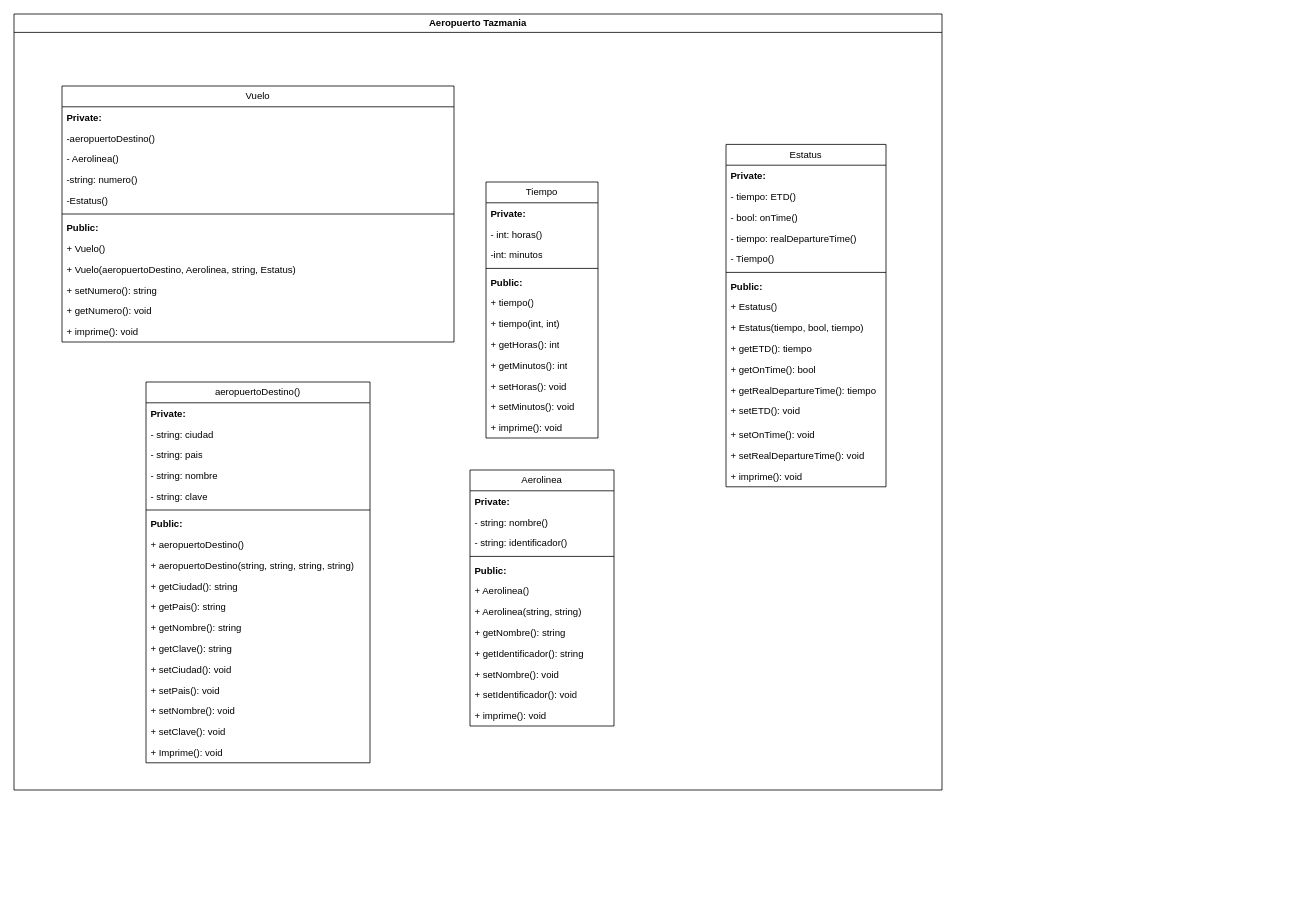
Earlier version of the draw.io diagram UML.drawio (Javierlcastillo/UML-airport). Source tidied: cells renumbered, new cells numbered last; positions are measured from the earlier drawing's top-left corner, leaving out a move shared by most shapes. Both pictures are drawn from the tidied source at 80%, with x=0, y=0 at pixel (14, 14).
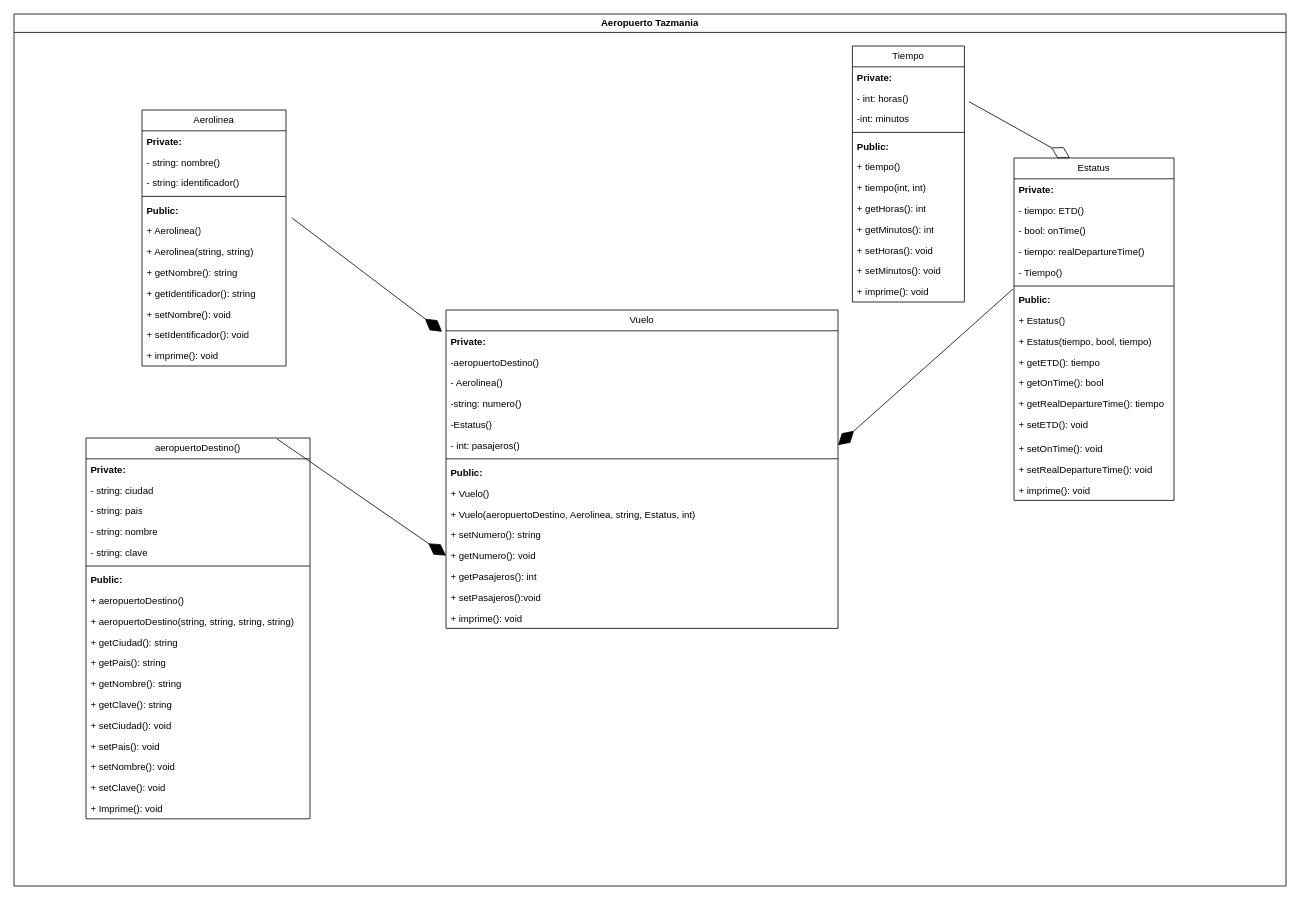
Above is the later version.

The change refers to these unchanged cells:
```xml
<mxCell id="4" value="&lt;b&gt;Private:&amp;nbsp;&lt;/b&gt;" style="text;strokeColor=none;fillColor=none;align=left;verticalAlign=top;spacingLeft=4;spacingRight=4;overflow=hidden;points=[[0,0.5],[1,0.5]];portConstraint=eastwest;whiteSpace=wrap;html=1;" parent="3" vertex="1">
  <mxGeometry y="26" width="490" height="26" as="geometry" />
</mxCell>
<mxCell id="19" value="-int: minutos" style="text;strokeColor=none;fillColor=none;align=left;verticalAlign=top;spacingLeft=4;spacingRight=4;overflow=hidden;points=[[0,0.5],[1,0.5]];portConstraint=eastwest;whiteSpace=wrap;html=1;" parent="16" vertex="1">
  <mxGeometry y="78" width="140" height="26" as="geometry" />
</mxCell>
<mxCell id="55" value="Public:" style="text;strokeColor=none;fillColor=none;align=left;verticalAlign=top;spacingLeft=4;spacingRight=4;overflow=hidden;points=[[0,0.5],[1,0.5]];portConstraint=eastwest;whiteSpace=wrap;html=1;fontStyle=1;" parent="48" vertex="1">
  <mxGeometry y="164" width="200" height="26" as="geometry" />
</mxCell>
<mxCell id="71" value="+ Aerolinea()" style="text;strokeColor=none;fillColor=none;align=left;verticalAlign=top;spacingLeft=4;spacingRight=4;overflow=hidden;points=[[0,0.5],[1,0.5]];portConstraint=eastwest;whiteSpace=wrap;html=1;" parent="65" vertex="1">
  <mxGeometry y="138" width="180" height="26" as="geometry" />
</mxCell>
```

The edit, as a diff of the source:
```diff
@@
     <mxCell id="2" value="Aeropuerto Tazmania" style="swimlane;whiteSpace=wrap;html=1;" parent="1" vertex="1">
-      <mxGeometry width="1160" height="970" as="geometry" />
+      <mxGeometry width="1590" height="1090" as="geometry" />
     </mxCell>
     <mxCell id="3" value="Vuelo" style="swimlane;fontStyle=0;horizontal=1;startSize=26;fillColor=none;whiteSpace=wrap;html=1;" parent="2" vertex="1">
-      <mxGeometry x="60" y="90" width="490" height="320" as="geometry" />
+      <mxGeometry x="540" y="370" width="490" height="398" as="geometry" />
     </mxCell>
@@
+    <mxCell id="78" value="- int: pasajeros()" style="text;strokeColor=none;fillColor=none;align=left;verticalAlign=top;spacingLeft=4;spacingRight=4;overflow=hidden;points=[[0,0.5],[1,0.5]];portConstraint=eastwest;whiteSpace=wrap;html=1;" parent="3" vertex="1">
+      <mxGeometry y="156" width="490" height="26" as="geometry" />
+    </mxCell>
     <mxCell id="9" style="line;strokeWidth=1;fillColor=none;align=left;verticalAlign=middle;spacingTop=-1;spacingLeft=3;spacingRight=3;labelPosition=right;strokeColor=inherit;" parent="3" vertex="1">
-      <mxGeometry y="156" width="490" height="8" as="geometry" />
+      <mxGeometry y="182" width="490" height="8" as="geometry" />
     </mxCell>
     <mxCell id="10" value="Public:" style="text;strokeColor=none;fillColor=none;align=left;verticalAlign=top;spacingLeft=4;spacingRight=4;overflow=hidden;whiteSpace=wrap;html=1;fontStyle=1;" parent="3" vertex="1">
-      <mxGeometry y="164" width="490" height="26" as="geometry" />
+      <mxGeometry y="190" width="490" height="26" as="geometry" />
     </mxCell>
     <mxCell id="11" value="+ Vuelo()" style="text;strokeColor=none;fillColor=none;align=left;verticalAlign=top;spacingLeft=4;spacingRight=4;overflow=hidden;whiteSpace=wrap;html=1;" parent="3" vertex="1">
-      <mxGeometry y="190" width="490" height="26" as="geometry" />
+      <mxGeometry y="216" width="490" height="26" as="geometry" />
     </mxCell>
-    <mxCell id="12" value="+ Vuelo(aeropuertoDestino, Aerolinea, string, Estatus)" style="text;strokeColor=none;fillColor=none;align=left;verticalAlign=top;spacingLeft=4;spacingRight=4;overflow=hidden;whiteSpace=wrap;html=1;" parent="3" vertex="1">
-      <mxGeometry y="216" width="490" height="26" as="geometry" />
+    <mxCell id="12" value="+ Vuelo(aeropuertoDestino, Aerolinea, string, Estatus, int)" style="text;strokeColor=none;fillColor=none;align=left;verticalAlign=top;spacingLeft=4;spacingRight=4;overflow=hidden;whiteSpace=wrap;html=1;" parent="3" vertex="1">
+      <mxGeometry y="242" width="490" height="26" as="geometry" />
     </mxCell>
     <mxCell id="13" value="+ setNumero(): string" style="text;strokeColor=none;fillColor=none;align=left;verticalAlign=top;spacingLeft=4;spacingRight=4;overflow=hidden;whiteSpace=wrap;html=1;" parent="3" vertex="1">
-      <mxGeometry y="242" width="490" height="26" as="geometry" />
+      <mxGeometry y="268" width="490" height="26" as="geometry" />
     </mxCell>
     <mxCell id="14" value="+ getNumero(): void" style="text;strokeColor=none;fillColor=none;align=left;verticalAlign=top;spacingLeft=4;spacingRight=4;overflow=hidden;points=[[0,0.5],[1,0.5]];portConstraint=eastwest;whiteSpace=wrap;html=1;" parent="3" vertex="1">
-      <mxGeometry y="268" width="490" height="26" as="geometry" />
+      <mxGeometry y="294" width="490" height="26" as="geometry" />
     </mxCell>
+    <mxCell id="79" value="+ getPasajeros(): int" style="text;strokeColor=none;fillColor=none;align=left;verticalAlign=top;spacingLeft=4;spacingRight=4;overflow=hidden;whiteSpace=wrap;html=1;" parent="3" vertex="1">
+      <mxGeometry y="320" width="490" height="26" as="geometry" />
+    </mxCell>
+    <mxCell id="80" value="+ setPasajeros():void" style="text;strokeColor=none;fillColor=none;align=left;verticalAlign=top;spacingLeft=4;spacingRight=4;overflow=hidden;whiteSpace=wrap;html=1;" parent="3" vertex="1">
+      <mxGeometry y="346" width="490" height="26" as="geometry" />
+    </mxCell>
     <mxCell id="15" value="+ imprime(): void" style="text;strokeColor=none;fillColor=none;align=left;verticalAlign=top;spacingLeft=4;spacingRight=4;overflow=hidden;whiteSpace=wrap;html=1;" parent="3" vertex="1">
-      <mxGeometry y="294" width="490" height="26" as="geometry" />
+      <mxGeometry y="372" width="490" height="26" as="geometry" />
     </mxCell>
     <mxCell id="16" value="Tiempo" style="swimlane;fontStyle=0;horizontal=1;startSize=26;fillColor=none;whiteSpace=wrap;html=1;" parent="2" vertex="1">
-      <mxGeometry x="590" y="210" width="140" height="320" as="geometry" />
+      <mxGeometry x="1048" y="40" width="140" height="320" as="geometry" />
     </mxCell>
@@
     <mxCell id="29" value="aeropuertoDestino()" style="swimlane;fontStyle=0;horizontal=1;startSize=26;fillColor=none;whiteSpace=wrap;html=1;" parent="2" vertex="1">
-      <mxGeometry x="165" y="460" width="280" height="476" as="geometry" />
+      <mxGeometry x="90" y="530" width="280" height="476" as="geometry" />
     </mxCell>
@@
     <mxCell id="48" value="Estatus" style="swimlane;fontStyle=0;horizontal=1;startSize=26;fillColor=none;whiteSpace=wrap;html=1;" parent="2" vertex="1">
-      <mxGeometry x="890" y="163" width="200" height="428" as="geometry" />
+      <mxGeometry x="1250" y="180" width="200" height="428" as="geometry" />
     </mxCell>
@@
     <mxCell id="65" value="Aerolinea" style="swimlane;fontStyle=0;horizontal=1;startSize=26;fillColor=none;whiteSpace=wrap;html=1;" parent="2" vertex="1">
-      <mxGeometry x="570" y="570" width="180" height="320" as="geometry" />
+      <mxGeometry x="160" y="120" width="180" height="320" as="geometry" />
     </mxCell>
@@
+    <mxCell id="81" style="endArrow=diamondThin;endFill=1;endSize=24;html=1;rounded=0;entryX=1;entryY=0.5;entryDx=0;entryDy=0;exitX=-0.007;exitY=-0.006;exitDx=0;exitDy=0;exitPerimeter=0;" parent="2" edge="1" source="55" target="78">
+      <mxGeometry relative="1" as="geometry" />
+    </mxCell>
+    <mxCell id="82" style="endArrow=diamondThin;endFill=1;endSize=24;html=1;rounded=0;exitX=0.852;exitY=0.002;exitDx=0;exitDy=0;exitPerimeter=0;entryX=0;entryY=0.5;entryDx=0;entryDy=0;" parent="2" edge="1" source="29" target="14">
+      <mxGeometry relative="1" as="geometry" />
+    </mxCell>
+    <mxCell id="83" style="endArrow=diamondThin;endFill=1;endSize=24;html=1;rounded=0;entryX=-0.01;entryY=0.045;entryDx=0;entryDy=0;entryPerimeter=0;exitX=1.04;exitY=-0.127;exitDx=0;exitDy=0;exitPerimeter=0;" parent="2" edge="1" source="71" target="4">
+      <mxGeometry relative="1" as="geometry" />
+    </mxCell>
+    <mxCell id="84" style="endArrow=diamondThin;endFill=0;endSize=24;html=1;rounded=0;exitX=1.042;exitY=-0.322;exitDx=0;exitDy=0;exitPerimeter=0;" parent="1" edge="1" source="19">
+      <mxGeometry relative="1" as="geometry">
+        <mxPoint x="1320" y="180" as="targetPoint" />
+      </mxGeometry>
+    </mxCell>
```
